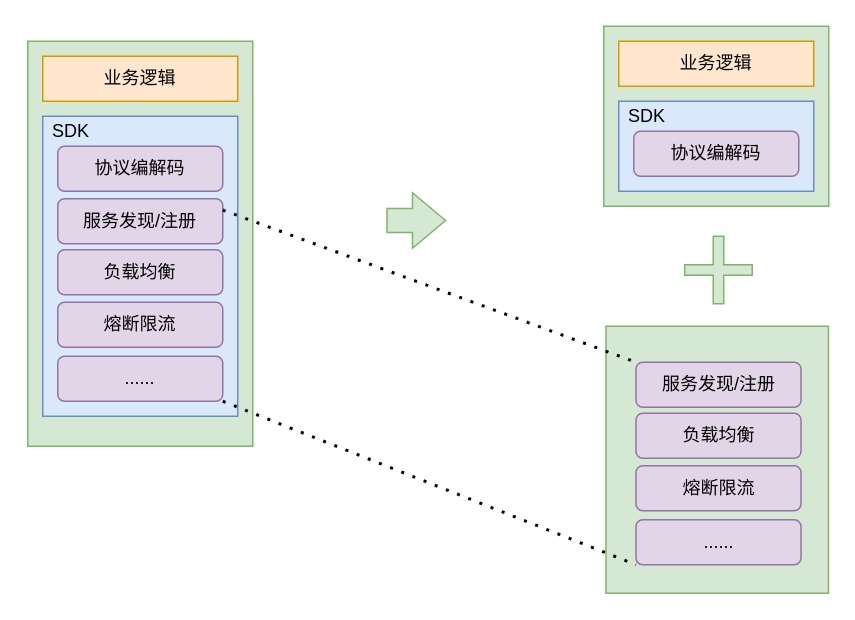
The draw.io diagram Untitled Diagram.drawio in panniyuyu/think-dast-zh, before the edit. Source tidied: cells renumbered, new cells numbered last; positions are measured from the earlier drawing's top-left corner, leaving out a move shared by most shapes. Both pictures are drawn from the tidied source at 150%, with x=0, y=0 at pixel (26, 26).
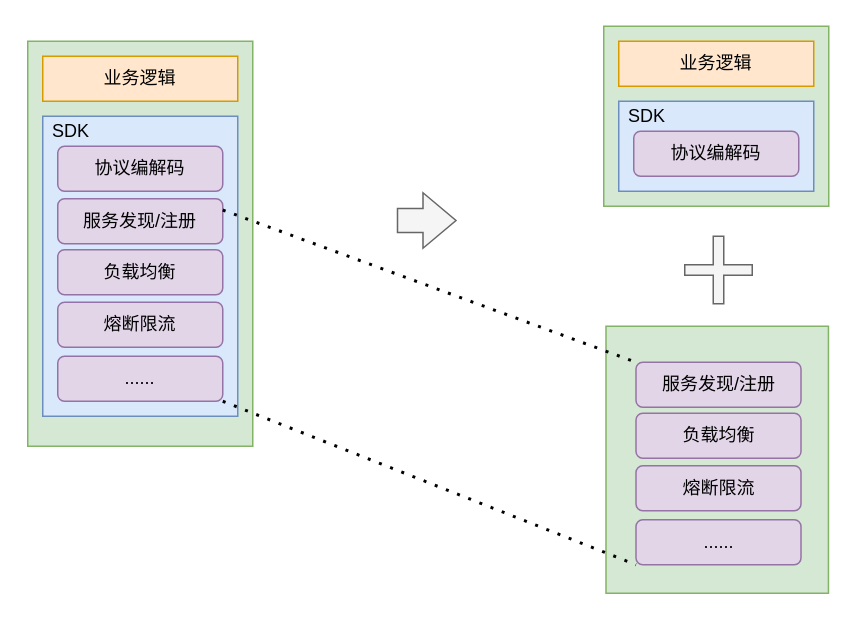
The same diagram, later.

What changed in the source:
```diff
@@
-    <mxCell id="12" style="shape=flexArrow;endArrow=classic;html=1;rounded=0;width=16;endSize=7;fillColor=#d5e8d4;strokeColor=#82b366;" parent="1" edge="1">
+    <mxCell id="12" style="shape=flexArrow;endArrow=classic;html=1;rounded=0;width=16;endSize=7;fillColor=#f5f5f5;strokeColor=#666666;" parent="1" edge="1">
       <mxGeometry relative="1" as="geometry">
-        <mxPoint x="240" y="129.5" as="sourcePoint" />
-        <mxPoint x="280" y="129.5" as="targetPoint" />
+        <mxPoint x="247" y="129.5" as="sourcePoint" />
+        <mxPoint x="287" y="129.5" as="targetPoint" />
       </mxGeometry>
     </mxCell>
@@
-    <mxCell id="22" style="shape=cross;whiteSpace=wrap;html=1;fillColor=#d5e8d4;strokeColor=#82b366;size=0.15555555555555556;" parent="1" vertex="1">
+    <mxCell id="22" style="shape=cross;whiteSpace=wrap;html=1;fillColor=#f5f5f5;strokeColor=#666666;size=0.15555555555555556;fontColor=#333333;" parent="1" vertex="1">
       <mxGeometry x="439" y="140" width="45" height="45" as="geometry" />
     </mxCell>
```
